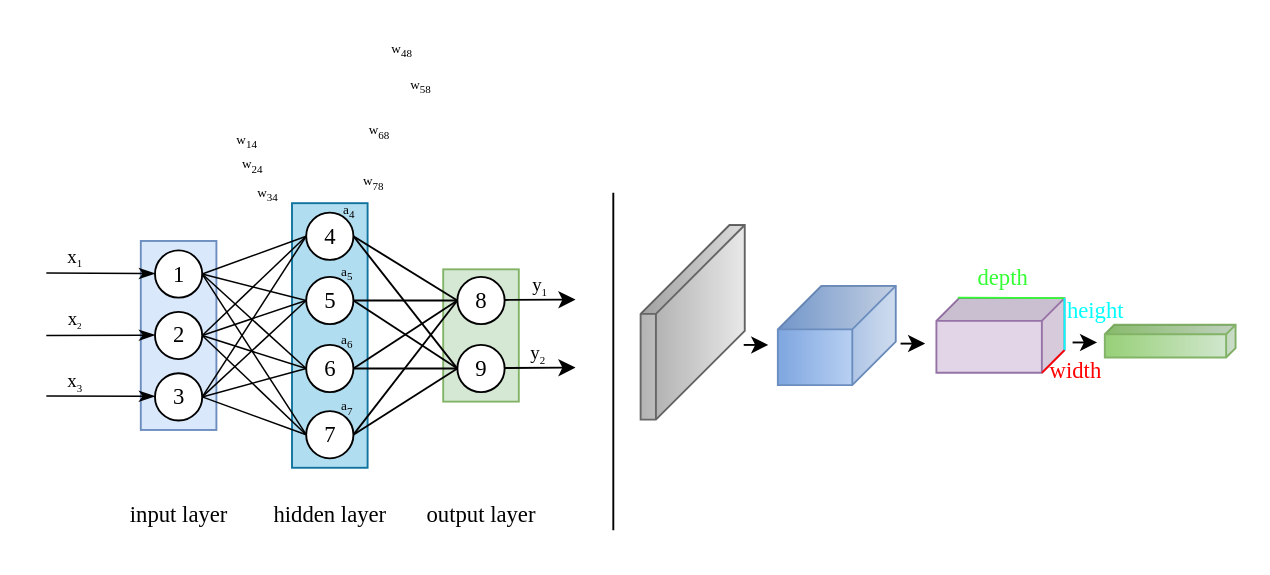
Earlier version of the draw.io diagram DrawIO_file/毕业论文画图/FCN+CNN.drawio (DingDongZz/typera_PicGO). Source tidied: cells renumbered, new cells numbered last; positions are measured from the earlier drawing's top-left corner, leaving out a move shared by most shapes. Both pictures are drawn from the tidied source at 189%, with x=0, y=0 at pixel (45, 32).
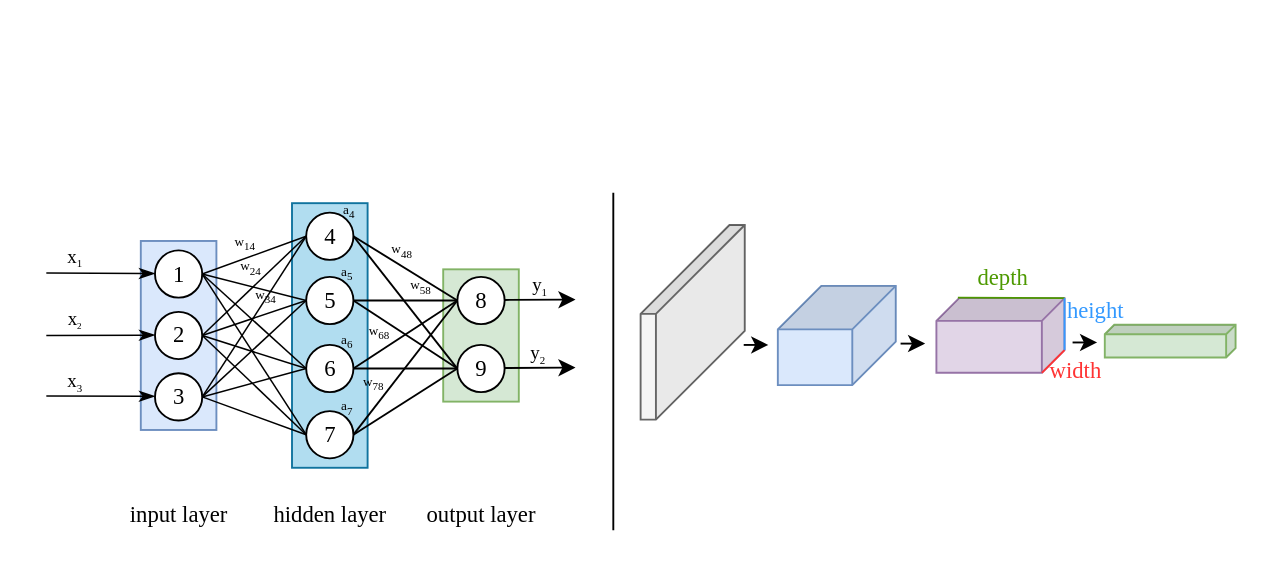
Above is the later version.

Unchanged cells that the change refers to:
```xml
<mxCell id="57" style="shape=cube;whiteSpace=wrap;html=1;boundedLbl=1;backgroundOutline=1;darkOpacity=0.05;darkOpacity2=0.1;size=12;rotation=90;fillColor=#e1d5e7;strokeColor=#9673a6;" parent="1" vertex="1">
  <mxGeometry x="485.1" y="126.1" width="39.5" height="67.8" as="geometry" />
</mxCell>
```

Change to the diagram source:
```diff
@@
     <mxCell id="47" value="&lt;span&gt;w&lt;/span&gt;&lt;span&gt;&lt;sub&gt;14&lt;/sub&gt;&lt;/span&gt;" style="text;html=1;align=center;verticalAlign=middle;strokeColor=none;fillColor=none;fontSize=7;fontFamily=Times New Roman;" parent="1" vertex="1">
-      <mxGeometry x="91" y="47.5" width="30" height="20" as="geometry" />
+      <mxGeometry x="90" y="101.5" width="30" height="20" as="geometry" />
     </mxCell>
     <mxCell id="48" value="&lt;span&gt;w&lt;/span&gt;&lt;span&gt;&lt;sub&gt;24&lt;/sub&gt;&lt;/span&gt;" style="text;html=1;align=center;verticalAlign=middle;strokeColor=none;fillColor=none;fontSize=7;fontFamily=Times New Roman;" parent="1" vertex="1">
-      <mxGeometry x="94" y="61" width="30" height="20" as="geometry" />
+      <mxGeometry x="93" y="115" width="30" height="20" as="geometry" />
     </mxCell>
     <mxCell id="49" value="&lt;span&gt;w&lt;/span&gt;&lt;span&gt;&lt;sub&gt;34&lt;/sub&gt;&lt;/span&gt;" style="text;html=1;align=center;verticalAlign=middle;strokeColor=none;fillColor=none;fontSize=7;fontFamily=Times New Roman;" parent="1" vertex="1">
-      <mxGeometry x="102" y="76" width="30" height="20" as="geometry" />
+      <mxGeometry x="101" y="130" width="30" height="20" as="geometry" />
     </mxCell>
@@
-    <mxCell id="55" style="shape=cube;whiteSpace=wrap;html=1;boundedLbl=1;backgroundOutline=1;darkOpacity=0.05;darkOpacity2=0.1;size=47;rotation=90;fillColor=#f5f5f5;gradientColor=#b3b3b3;strokeColor=#666666;" parent="1" vertex="1">
+    <mxCell id="55" style="shape=cube;whiteSpace=wrap;html=1;boundedLbl=1;backgroundOutline=1;darkOpacity=0.05;darkOpacity2=0.1;size=47;rotation=90;fillColor=#f5f5f5;gradientColor=none;strokeColor=#666666;" parent="1" vertex="1">
       <mxGeometry x="290.5" y="125.5" width="103" height="55.1" as="geometry" />
     </mxCell>
-    <mxCell id="56" style="shape=cube;whiteSpace=wrap;html=1;boundedLbl=1;backgroundOutline=1;darkOpacity=0.05;darkOpacity2=0.1;size=23;rotation=90;fillColor=#dae8fc;gradientColor=#7ea6e0;strokeColor=#6c8ebf;" parent="1" vertex="1">
+    <mxCell id="56" style="shape=cube;whiteSpace=wrap;html=1;boundedLbl=1;backgroundOutline=1;darkOpacity=0.05;darkOpacity2=0.1;size=23;rotation=90;fillColor=#dae8fc;gradientColor=none;strokeColor=#6c8ebf;" parent="1" vertex="1">
       <mxGeometry x="392" y="128.8" width="52.5" height="62.4" as="geometry" />
     </mxCell>
@@
-    <mxCell id="58" style="shape=cube;whiteSpace=wrap;html=1;boundedLbl=1;backgroundOutline=1;darkOpacity=0.05;darkOpacity2=0.1;size=5;rotation=90;fillColor=#d5e8d4;strokeColor=#82b366;gradientColor=#97d077;fontFamily=Times New Roman;" parent="1" vertex="1">
+    <mxCell id="58" style="shape=cube;whiteSpace=wrap;html=1;boundedLbl=1;backgroundOutline=1;darkOpacity=0.05;darkOpacity2=0.1;size=5;rotation=90;fillColor=#d5e8d4;strokeColor=#82b366;gradientColor=none;fontFamily=Times New Roman;" parent="1" vertex="1">
       <mxGeometry x="586" y="128.4" width="17.3" height="69.2" as="geometry" />
     </mxCell>
@@
-    <mxCell id="62" value="depth" style="text;html=1;align=center;verticalAlign=middle;points=[];strokeColor=none;fillColor=none;fontFamily=Times New Roman;fontColor=#33FF33;" parent="1" vertex="1">
+    <mxCell id="62" value="depth" style="text;html=1;align=center;verticalAlign=middle;points=[];strokeColor=none;fillColor=none;fontFamily=Times New Roman;fontColor=#4D9900;" parent="1" vertex="1">
       <mxGeometry x="481" y="115" width="50" height="30" as="geometry" />
     </mxCell>
-    <mxCell id="63" value="&lt;font style=&quot;color: rgb(0, 255, 255);&quot;&gt;height&lt;/font&gt;" style="text;html=1;align=center;verticalAlign=middle;strokeColor=none;fillColor=none;fontFamily=Times New Roman;" parent="1" vertex="1">
+    <mxCell id="63" value="&lt;font style=&quot;&quot;&gt;height&lt;/font&gt;" style="text;html=1;align=center;verticalAlign=middle;strokeColor=none;fillColor=none;fontFamily=Times New Roman;fontColor=#3399FF;" parent="1" vertex="1">
       <mxGeometry x="530" y="132" width="50" height="30" as="geometry" />
     </mxCell>
-    <mxCell id="64" value="&lt;font style=&quot;color: rgb(255, 0, 0);&quot;&gt;&amp;nbsp;width&lt;/font&gt;" style="text;html=1;align=center;verticalAlign=middle;strokeColor=none;fillColor=none;fontFamily=Times New Roman;" parent="1" vertex="1">
+    <mxCell id="64" value="&lt;font style=&quot;&quot;&gt;&amp;nbsp;width&lt;/font&gt;" style="text;html=1;align=center;verticalAlign=middle;strokeColor=none;fillColor=none;fontFamily=Times New Roman;fontColor=#FF3333;" parent="1" vertex="1">
       <mxGeometry x="517.6" y="164" width="50" height="30" as="geometry" />
     </mxCell>
-    <mxCell id="65" style="endArrow=none;rounded=0;exitX=0.026;exitY=0.832;exitDx=0;exitDy=0;exitPerimeter=0;entryX=0;entryY=0;entryDx=0;entryDy=0;entryPerimeter=0;fontColor=#33FF33;labelBackgroundColor=#33FF33;fillColor=#d5e8d4;gradientColor=#97d077;strokeColor=#33FF33;" parent="1" edge="1" source="62" target="57">
+    <mxCell id="65" style="endArrow=none;rounded=0;exitX=0.026;exitY=0.832;exitDx=0;exitDy=0;exitPerimeter=0;entryX=0;entryY=0;entryDx=0;entryDy=0;entryPerimeter=0;fontColor=#33FF33;labelBackgroundColor=default;fillColor=#d5e8d4;gradientColor=#97d077;strokeColor=#4D9900;" parent="1" edge="1" source="62" target="57">
       <mxGeometry relative="1" as="geometry" />
     </mxCell>
-    <mxCell id="66" style="endArrow=none;html=1;rounded=0;entryX=0;entryY=0;entryDx=0;entryDy=0;entryPerimeter=0;exitX=0;exitY=0;exitDx=27.54;exitDy=0;exitPerimeter=0;strokeColor=#00FFFF;" parent="1" edge="1" source="57" target="57">
+    <mxCell id="66" style="endArrow=none;html=1;rounded=0;entryX=0;entryY=0;entryDx=0;entryDy=0;entryPerimeter=0;exitX=0;exitY=0;exitDx=27.54;exitDy=0;exitPerimeter=0;strokeColor=#3399FF;" parent="1" edge="1" source="57" target="57">
       <mxGeometry relative="1" as="geometry" />
     </mxCell>
-    <mxCell id="67" style="endArrow=none;html=1;rounded=0;entryX=0;entryY=0;entryDx=39.54;entryDy=12;entryPerimeter=0;exitX=0;exitY=0;exitDx=27.54;exitDy=0;exitPerimeter=0;strokeColor=#FF0000;" parent="1" edge="1" source="57" target="57">
+    <mxCell id="67" style="endArrow=none;html=1;rounded=0;entryX=0;entryY=0;entryDx=39.54;entryDy=12;entryPerimeter=0;exitX=0;exitY=0;exitDx=27.54;exitDy=0;exitPerimeter=0;strokeColor=#FF3333;" parent="1" edge="1" source="57" target="57">
       <mxGeometry relative="1" as="geometry" />
     </mxCell>
-    <mxCell id="68" style="group;" parent="1" vertex="1">
-      <mxGeometry x="158" width="54.5" height="90" as="geometry" />
-    </mxCell>
-    <mxCell id="69" value="&lt;span&gt;w&lt;/span&gt;&lt;span&gt;&lt;sub&gt;48&lt;/sub&gt;&lt;/span&gt;" style="text;html=1;align=center;verticalAlign=middle;strokeColor=none;fillColor=none;fontSize=7;fontFamily=Times New Roman;" parent="68" vertex="1">
-      <mxGeometry x="15" width="30" height="20" as="geometry" />
+    <mxCell id="69" value="&lt;span&gt;w&lt;/span&gt;&lt;span&gt;&lt;sub&gt;48&lt;/sub&gt;&lt;/span&gt;" style="text;html=1;align=center;verticalAlign=middle;strokeColor=none;fillColor=none;fontSize=7;fontFamily=Times New Roman;" parent="1" vertex="1">
+      <mxGeometry x="173" y="106" width="30" height="20" as="geometry" />
     </mxCell>
-    <mxCell id="70" value="&lt;span&gt;w&lt;/span&gt;&lt;span&gt;&lt;sub&gt;58&lt;/sub&gt;&lt;/span&gt;" style="text;html=1;align=center;verticalAlign=middle;strokeColor=none;fillColor=none;fontSize=7;fontFamily=Times New Roman;" parent="68" vertex="1">
-      <mxGeometry x="24.5" y="19" width="30" height="20" as="geometry" />
+    <mxCell id="70" value="&lt;span&gt;w&lt;/span&gt;&lt;span&gt;&lt;sub&gt;58&lt;/sub&gt;&lt;/span&gt;" style="text;html=1;align=center;verticalAlign=middle;strokeColor=none;fillColor=none;fontSize=7;fontFamily=Times New Roman;" parent="1" vertex="1">
+      <mxGeometry x="182.5" y="125" width="30" height="20" as="geometry" />
     </mxCell>
-    <mxCell id="71" value="&lt;span&gt;w&lt;/span&gt;&lt;span&gt;&lt;sub&gt;68&lt;/sub&gt;&lt;/span&gt;" style="text;html=1;align=center;verticalAlign=middle;strokeColor=none;fillColor=none;fontSize=7;fontFamily=Times New Roman;" parent="68" vertex="1">
-      <mxGeometry x="2.5" y="43" width="30" height="20" as="geometry" />
+    <mxCell id="71" value="&lt;span&gt;w&lt;/span&gt;&lt;span&gt;&lt;sub&gt;68&lt;/sub&gt;&lt;/span&gt;" style="text;html=1;align=center;verticalAlign=middle;strokeColor=none;fillColor=none;fontSize=7;fontFamily=Times New Roman;" parent="1" vertex="1">
+      <mxGeometry x="160.5" y="149" width="30" height="20" as="geometry" />
     </mxCell>
-    <mxCell id="72" value="&lt;span&gt;w&lt;/span&gt;&lt;span&gt;&lt;sub&gt;78&lt;/sub&gt;&lt;/span&gt;" style="text;html=1;align=center;verticalAlign=middle;strokeColor=none;fillColor=none;fontSize=7;fontFamily=Times New Roman;" parent="68" vertex="1">
-      <mxGeometry y="70" width="30" height="20" as="geometry" />
+    <mxCell id="72" value="&lt;span&gt;w&lt;/span&gt;&lt;span&gt;&lt;sub&gt;78&lt;/sub&gt;&lt;/span&gt;" style="text;html=1;align=center;verticalAlign=middle;strokeColor=none;fillColor=none;fontSize=7;fontFamily=Times New Roman;" parent="1" vertex="1">
+      <mxGeometry x="158" y="176" width="30" height="20" as="geometry" />
     </mxCell>
```
